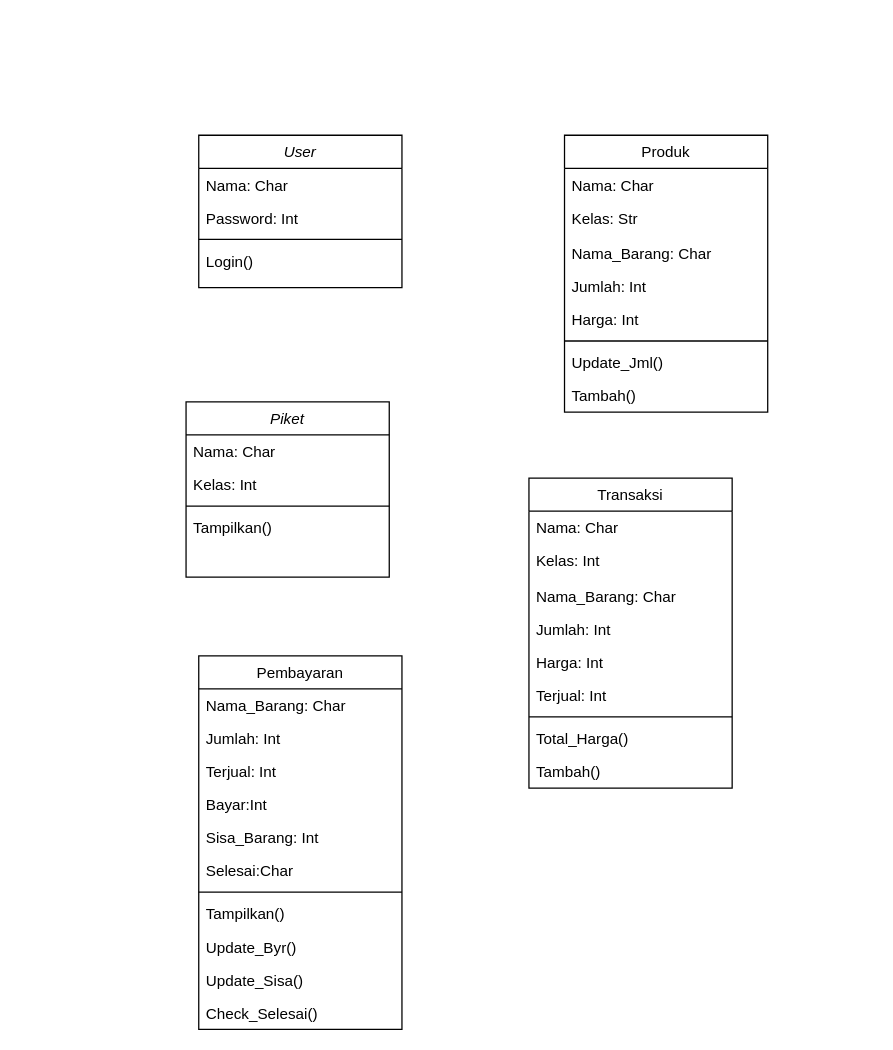
This is class diagram.drawio from R-TSE-Real-Time-Software-Engineers/SPW-Canteen, a draw.io file, before an edit. Source tidied: cells renumbered, new cells numbered last; positions are measured from the earlier drawing's top-left corner, leaving out a move shared by most shapes. Both pictures are drawn from the tidied source at 127%, with x=0, y=0 at pixel (185, 135).
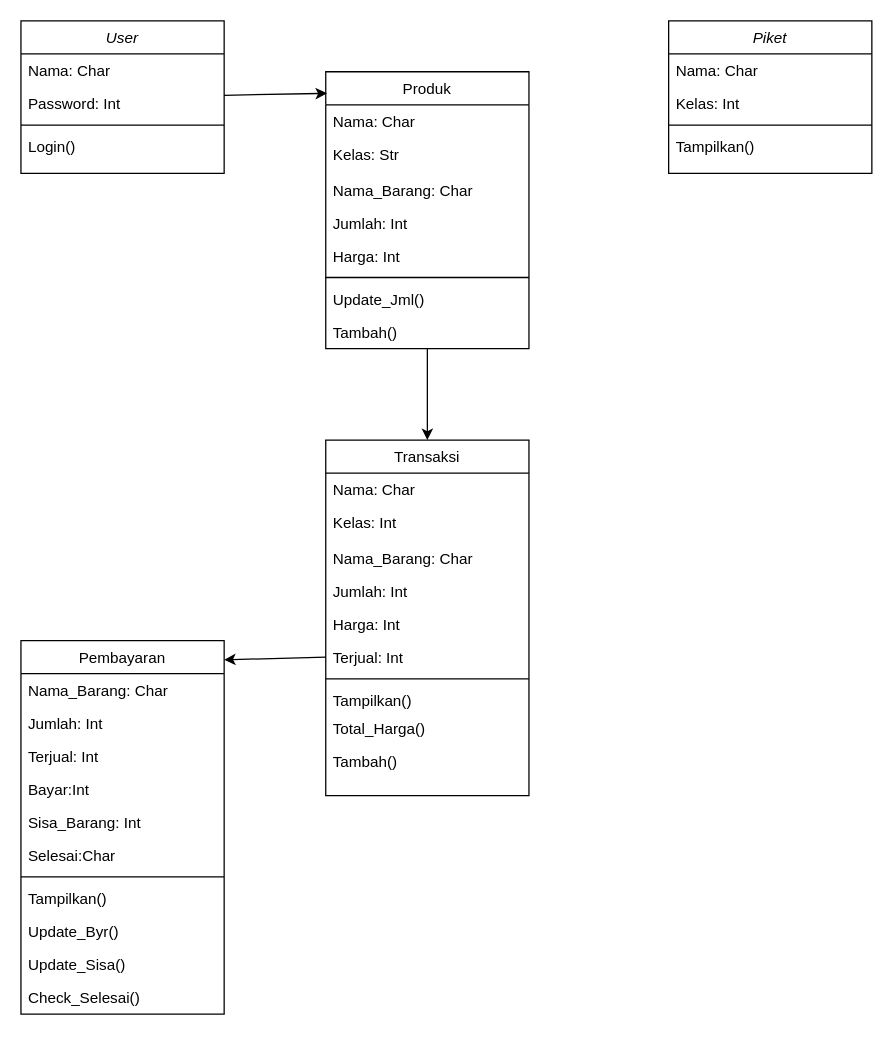
Above is the later version.

The change refers to these unchanged cells:
```xml
<mxCell id="15" value="Tambah()" style="text;align=left;verticalAlign=top;spacingLeft=4;spacingRight=4;overflow=hidden;points=[[0,0.5],[1,0.5]];portConstraint=eastwest;" parent="7" vertex="1">
  <mxGeometry y="192" width="160" height="26" as="geometry" />
</mxCell>
<mxCell id="27" value="Terjual: Int" style="text;align=left;verticalAlign=top;spacingLeft=4;spacingRight=4;overflow=hidden;points=[[0,0.5],[1,0.5]];portConstraint=eastwest;rounded=0;shadow=0;html=0;" parent="21" vertex="1">
  <mxGeometry y="158" width="160" height="26" as="geometry" />
</mxCell>
```

Diff of the diagram source:
```diff
@@
     <mxCell id="2" value="User" style="swimlane;fontStyle=2;align=center;verticalAlign=top;horizontal=1;startSize=26;rounded=0;shadow=0;strokeWidth=1;" parent="1" vertex="1">
-      <mxGeometry x="10" width="160" height="120" as="geometry" />
+      <mxGeometry x="-130" y="-90" width="160" height="120" as="geometry" />
     </mxCell>
@@
     <mxCell id="7" value="Produk" style="swimlane;fontStyle=0;align=center;verticalAlign=top;horizontal=1;startSize=26;rounded=0;shadow=0;strokeWidth=1;" parent="1" vertex="1">
-      <mxGeometry x="298" width="160" height="218" as="geometry" />
+      <mxGeometry x="110" y="-50" width="160" height="218" as="geometry" />
     </mxCell>
@@
     <mxCell id="16" value="Piket" style="swimlane;fontStyle=2;align=center;verticalAlign=top;horizontal=1;startSize=26;rounded=0;shadow=0;strokeWidth=1;" parent="1" vertex="1">
-      <mxGeometry y="210" width="160" height="138" as="geometry" />
+      <mxGeometry x="380" y="-90" width="160" height="120" as="geometry" />
     </mxCell>
@@
     <mxCell id="21" value="Transaksi" style="swimlane;fontStyle=0;align=center;verticalAlign=top;horizontal=1;startSize=26;rounded=0;shadow=0;strokeWidth=1;" parent="1" vertex="1">
-      <mxGeometry x="270" y="270" width="160" height="244" as="geometry" />
+      <mxGeometry x="110" y="240" width="160" height="280" as="geometry" />
     </mxCell>
@@
+    <mxCell id="43" value="Tampilkan()" style="text;align=left;verticalAlign=top;spacingLeft=4;spacingRight=4;overflow=hidden;" parent="21" vertex="1">
+      <mxGeometry y="192" width="160" height="22" as="geometry" />
+    </mxCell>
     <mxCell id="29" value="Total_Harga()" style="text;align=left;verticalAlign=top;spacingLeft=4;spacingRight=4;overflow=hidden;" parent="21" vertex="1">
-      <mxGeometry y="192" width="160" height="26" as="geometry" />
+      <mxGeometry y="214" width="160" height="26" as="geometry" />
     </mxCell>
     <mxCell id="30" value="Tambah()" style="text;align=left;verticalAlign=top;spacingLeft=4;spacingRight=4;overflow=hidden;" parent="21" vertex="1">
-      <mxGeometry y="218" width="160" height="26" as="geometry" />
+      <mxGeometry y="240" width="160" height="22" as="geometry" />
     </mxCell>
     <mxCell id="31" value="Pembayaran" style="swimlane;fontStyle=0;align=center;verticalAlign=top;horizontal=1;startSize=26;rounded=0;shadow=0;strokeWidth=1;" parent="1" vertex="1">
-      <mxGeometry x="10" y="410" width="160" height="294" as="geometry" />
+      <mxGeometry x="-130" y="398" width="160" height="294" as="geometry" />
     </mxCell>
@@
+    <mxCell id="44" style="endArrow=classic;html=1;rounded=0;entryX=0.5;entryY=0;entryDx=0;entryDy=0;" parent="1" edge="1" source="15" target="21">
+      <mxGeometry relative="1" as="geometry" />
+    </mxCell>
+    <mxCell id="45" style="endArrow=classic;html=1;rounded=0;entryX=0.006;entryY=0.078;entryDx=0;entryDy=0;entryPerimeter=0;" parent="1" edge="1" source="2" target="7">
+      <mxGeometry relative="1" as="geometry" />
+    </mxCell>
+    <mxCell id="46" style="endArrow=classic;html=1;rounded=0;entryX=1;entryY=0.051;entryDx=0;entryDy=0;entryPerimeter=0;exitX=0;exitY=0.5;exitDx=0;exitDy=0;" parent="1" edge="1" source="27" target="31">
+      <mxGeometry relative="1" as="geometry" />
+    </mxCell>
```
